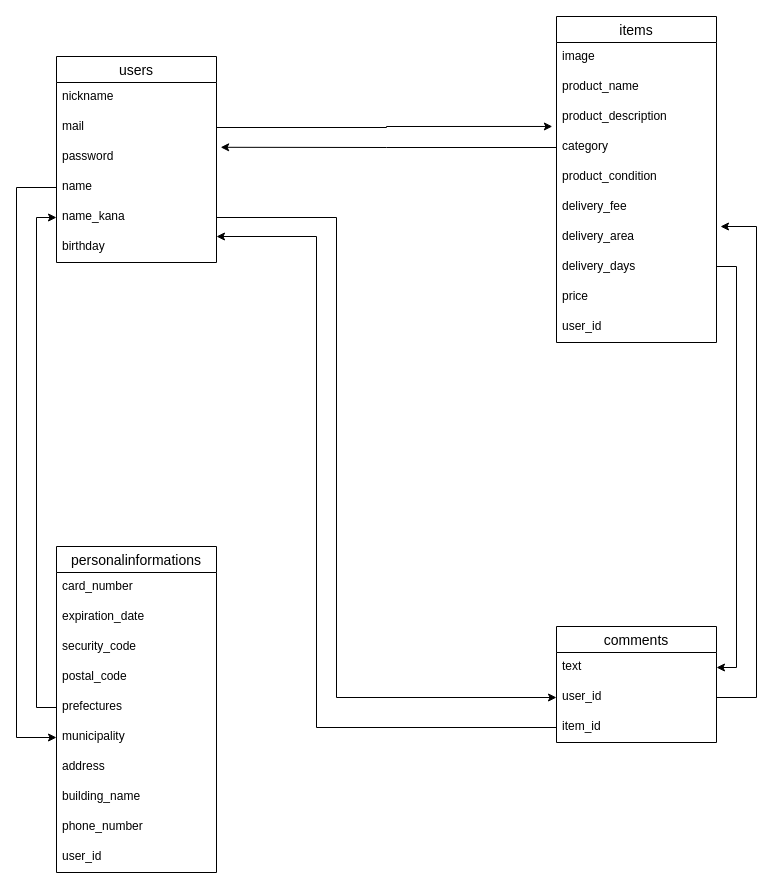
This is db_er.dio from yonblog/furima-34814, a draw.io file, before an edit. Source tidied: cells renumbered, new cells numbered last; positions are measured from the earlier drawing's top-left corner, leaving out a move shared by most shapes. Both pictures are drawn from the tidied source at 100%, with x=0, y=0 at pixel (16, 16).
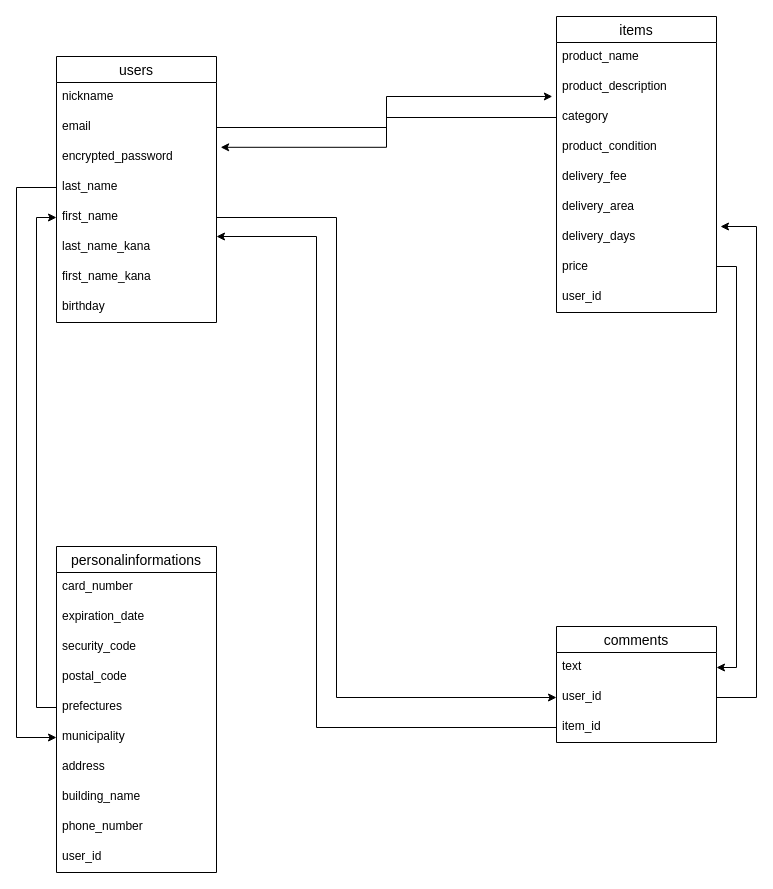
After the change.

Commit message (it also covers changes not shown here):
カラムの修正

What changed in the source:
```diff
@@
     <mxCell id="2" value="users" style="swimlane;fontStyle=0;horizontal=1;startSize=26;align=center;fontSize=14;" parent="1" vertex="1">
-      <mxGeometry x="40" y="40" width="160" height="206" as="geometry" />
+      <mxGeometry x="40" y="40" width="160" height="266" as="geometry" />
     </mxCell>
@@
-    <mxCell id="4" value="mail" style="text;strokeColor=none;fillColor=none;spacingLeft=4;spacingRight=4;overflow=hidden;points=[[0,0.5],[1,0.5]];portConstraint=eastwest;fontSize=12;" parent="2" vertex="1">
+    <mxCell id="4" value="email" style="text;strokeColor=none;fillColor=none;spacingLeft=4;spacingRight=4;overflow=hidden;points=[[0,0.5],[1,0.5]];portConstraint=eastwest;fontSize=12;" parent="2" vertex="1">
       <mxGeometry y="56" width="160" height="30" as="geometry" />
     </mxCell>
-    <mxCell id="5" value="password" style="text;strokeColor=none;fillColor=none;spacingLeft=4;spacingRight=4;overflow=hidden;points=[[0,0.5],[1,0.5]];portConstraint=eastwest;fontSize=12;" parent="2" vertex="1">
+    <mxCell id="5" value="encrypted_password" style="text;strokeColor=none;fillColor=none;spacingLeft=4;spacingRight=4;overflow=hidden;points=[[0,0.5],[1,0.5]];portConstraint=eastwest;fontSize=12;" parent="2" vertex="1">
       <mxGeometry y="86" width="160" height="30" as="geometry" />
     </mxCell>
-    <mxCell id="6" value="name" style="text;strokeColor=none;fillColor=none;spacingLeft=4;spacingRight=4;overflow=hidden;points=[[0,0.5],[1,0.5]];portConstraint=eastwest;fontSize=12;" parent="2" vertex="1">
+    <mxCell id="6" value="last_name" style="text;strokeColor=none;fillColor=none;spacingLeft=4;spacingRight=4;overflow=hidden;points=[[0,0.5],[1,0.5]];portConstraint=eastwest;fontSize=12;" parent="2" vertex="1">
       <mxGeometry y="116" width="160" height="30" as="geometry" />
     </mxCell>
-    <mxCell id="7" value="name_kana" style="text;strokeColor=none;fillColor=none;spacingLeft=4;spacingRight=4;overflow=hidden;points=[[0,0.5],[1,0.5]];portConstraint=eastwest;fontSize=12;" parent="2" vertex="1">
+    <mxCell id="7" value="first_name" style="text;strokeColor=none;fillColor=none;spacingLeft=4;spacingRight=4;overflow=hidden;points=[[0,0.5],[1,0.5]];portConstraint=eastwest;fontSize=12;" parent="2" vertex="1">
       <mxGeometry y="146" width="160" height="30" as="geometry" />
     </mxCell>
+    <mxCell id="43" value="last_name_kana" style="text;strokeColor=none;fillColor=none;spacingLeft=4;spacingRight=4;overflow=hidden;fontSize=12;" parent="2" vertex="1">
+      <mxGeometry y="176" width="160" height="30" as="geometry" />
+    </mxCell>
+    <mxCell id="44" value="first_name_kana" style="text;strokeColor=none;fillColor=none;spacingLeft=4;spacingRight=4;overflow=hidden;fontSize=12;" parent="2" vertex="1">
+      <mxGeometry y="206" width="160" height="30" as="geometry" />
+    </mxCell>
     <mxCell id="8" value="birthday" style="text;strokeColor=none;fillColor=none;spacingLeft=4;spacingRight=4;overflow=hidden;fontSize=12;" parent="2" vertex="1">
-      <mxGeometry y="176" width="160" height="30" as="geometry" />
+      <mxGeometry y="236" width="160" height="30" as="geometry" />
     </mxCell>
@@
     <mxCell id="24" value="items" style="swimlane;fontStyle=0;horizontal=1;startSize=26;align=center;fontSize=14;" parent="1" vertex="1">
-      <mxGeometry x="540" width="160" height="326" as="geometry" />
+      <mxGeometry x="540" width="160" height="296" as="geometry" />
     </mxCell>
-    <mxCell id="25" value="image" style="text;strokeColor=none;fillColor=none;spacingLeft=4;spacingRight=4;overflow=hidden;fontSize=12;" parent="24" vertex="1">
-      <mxGeometry y="26" width="160" height="30" as="geometry" />
-    </mxCell>
     <mxCell id="26" value="product_name" style="text;strokeColor=none;fillColor=none;spacingLeft=4;spacingRight=4;overflow=hidden;fontSize=12;" parent="24" vertex="1">
-      <mxGeometry y="56" width="160" height="30" as="geometry" />
+      <mxGeometry y="26" width="160" height="30" as="geometry" />
     </mxCell>
     <mxCell id="27" value="product_description" style="text;strokeColor=none;fillColor=none;spacingLeft=4;spacingRight=4;overflow=hidden;points=[[0,0.5],[1,0.5]];portConstraint=eastwest;fontSize=12;" parent="24" vertex="1">
-      <mxGeometry y="86" width="160" height="30" as="geometry" />
+      <mxGeometry y="56" width="160" height="30" as="geometry" />
     </mxCell>
     <mxCell id="28" value="category" style="text;strokeColor=none;fillColor=none;spacingLeft=4;spacingRight=4;overflow=hidden;points=[[0,0.5],[1,0.5]];portConstraint=eastwest;fontSize=12;" parent="24" vertex="1">
-      <mxGeometry y="116" width="160" height="30" as="geometry" />
+      <mxGeometry y="86" width="160" height="30" as="geometry" />
     </mxCell>
     <mxCell id="29" value="product_condition" style="text;strokeColor=none;fillColor=none;spacingLeft=4;spacingRight=4;overflow=hidden;fontSize=12;" parent="24" vertex="1">
-      <mxGeometry y="146" width="160" height="30" as="geometry" />
+      <mxGeometry y="116" width="160" height="30" as="geometry" />
     </mxCell>
     <mxCell id="30" value="delivery_fee" style="text;strokeColor=none;fillColor=none;spacingLeft=4;spacingRight=4;overflow=hidden;fontSize=12;" parent="24" vertex="1">
-      <mxGeometry y="176" width="160" height="30" as="geometry" />
+      <mxGeometry y="146" width="160" height="30" as="geometry" />
     </mxCell>
     <mxCell id="31" value="delivery_area" style="text;strokeColor=none;fillColor=none;spacingLeft=4;spacingRight=4;overflow=hidden;fontSize=12;" parent="24" vertex="1">
-      <mxGeometry y="206" width="160" height="30" as="geometry" />
+      <mxGeometry y="176" width="160" height="30" as="geometry" />
     </mxCell>
     <mxCell id="32" value="delivery_days" style="text;strokeColor=none;fillColor=none;spacingLeft=4;spacingRight=4;overflow=hidden;points=[[0,0.5],[1,0.5]];portConstraint=eastwest;fontSize=12;" parent="24" vertex="1">
-      <mxGeometry y="236" width="160" height="30" as="geometry" />
+      <mxGeometry y="206" width="160" height="30" as="geometry" />
     </mxCell>
     <mxCell id="33" value="price" style="text;strokeColor=none;fillColor=none;spacingLeft=4;spacingRight=4;overflow=hidden;fontSize=12;" parent="24" vertex="1">
-      <mxGeometry y="266" width="160" height="30" as="geometry" />
+      <mxGeometry y="236" width="160" height="30" as="geometry" />
     </mxCell>
     <mxCell id="34" value="user_id" style="text;strokeColor=none;fillColor=none;spacingLeft=4;spacingRight=4;overflow=hidden;fontSize=12;" parent="24" vertex="1">
-      <mxGeometry y="296" width="160" height="30" as="geometry" />
+      <mxGeometry y="266" width="160" height="30" as="geometry" />
     </mxCell>
```
